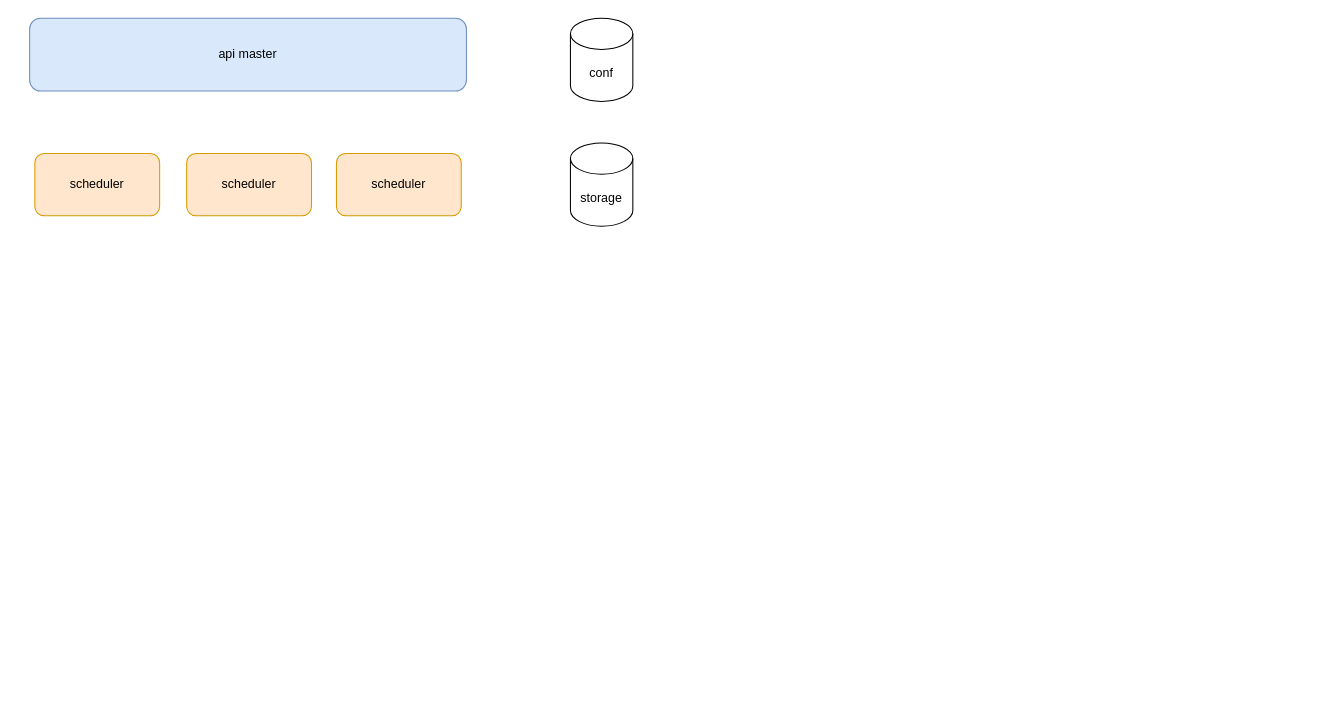
Earlier version of the draw.io diagram alubisi.drawio (mumodenan/draw.io). Source tidied: cells renumbered, new cells numbered last; positions are measured from the earlier drawing's top-left corner, leaving out a move shared by most shapes. Both pictures are drawn from the tidied source at 104%, with x=0, y=0 at pixel (29, 18).
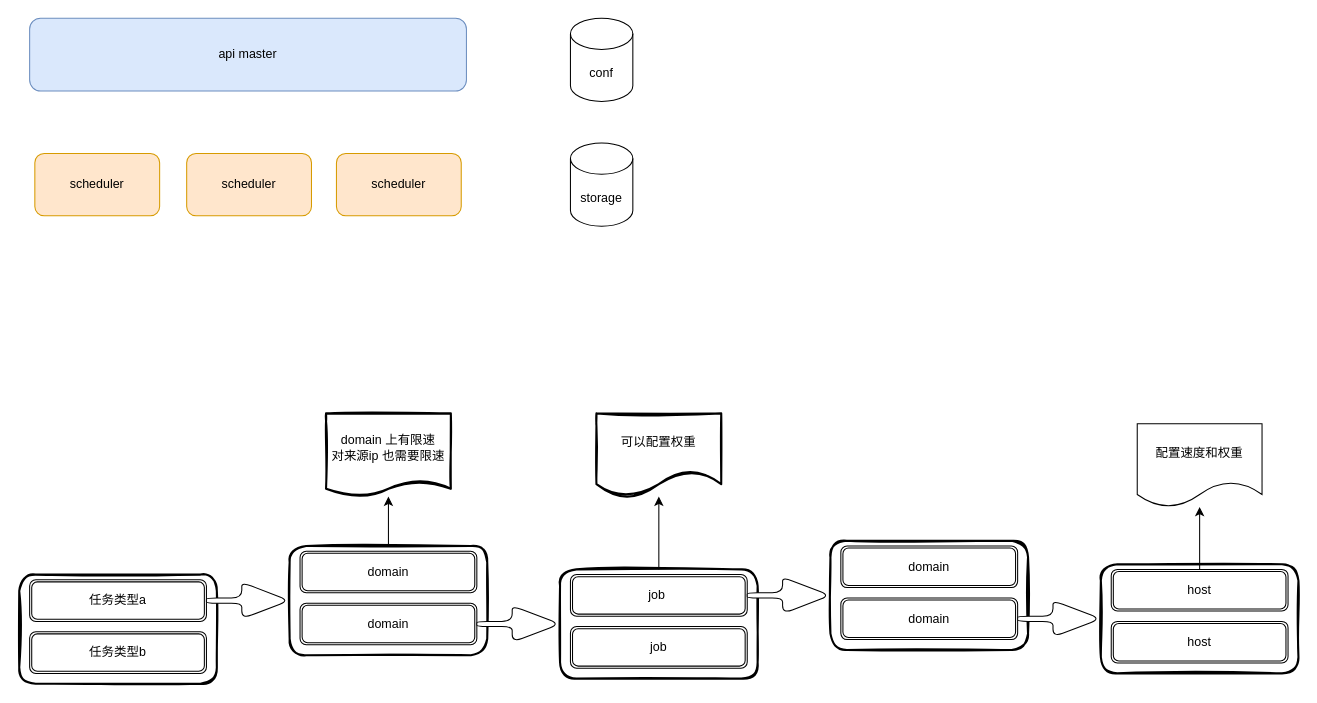
The same diagram, later.

The edit, as a diff of the source:
```diff
@@
+    <mxCell id="8" style="rounded=1;whiteSpace=wrap;html=1;strokeWidth=2;fillWeight=4;hachureGap=8;hachureAngle=45;fillColor=none;sketch=1;" parent="1" vertex="1">
+      <mxGeometry x="-10" y="535" width="190" height="105" as="geometry" />
+    </mxCell>
+    <mxCell id="9" value="任务类型a" style="shape=ext;double=1;rounded=1;whiteSpace=wrap;html=1;" parent="1" vertex="1">
+      <mxGeometry y="540" width="170" height="40" as="geometry" />
+    </mxCell>
+    <mxCell id="10" value="任务类型b" style="shape=ext;double=1;rounded=1;whiteSpace=wrap;html=1;" parent="1" vertex="1">
+      <mxGeometry y="590" width="170" height="40" as="geometry" />
+    </mxCell>
+    <mxCell id="11" style="shape=singleArrow;whiteSpace=wrap;html=1;arrowWidth=0.14285714285714285;arrowSize=0.575;rounded=1;" parent="1" vertex="1">
+      <mxGeometry x="170" y="542.5" width="80" height="35" as="geometry" />
+    </mxCell>
+    <mxCell id="12" style="edgeStyle=orthogonalEdgeStyle;rounded=0;jettySize=auto;html=1;" parent="1" edge="1" source="13" target="30">
+      <mxGeometry relative="1" as="geometry" />
+    </mxCell>
+    <mxCell id="13" style="rounded=1;whiteSpace=wrap;html=1;strokeWidth=2;fillWeight=4;hachureGap=8;hachureAngle=45;fillColor=none;sketch=1;" parent="1" vertex="1">
+      <mxGeometry x="250" y="507.5" width="190" height="105" as="geometry" />
+    </mxCell>
+    <mxCell id="14" value="domain" style="shape=ext;double=1;rounded=1;whiteSpace=wrap;html=1;" parent="1" vertex="1">
+      <mxGeometry x="260" y="512.5" width="170" height="40" as="geometry" />
+    </mxCell>
+    <mxCell id="15" value="domain" style="shape=ext;double=1;rounded=1;whiteSpace=wrap;html=1;" parent="1" vertex="1">
+      <mxGeometry x="260" y="562.5" width="170" height="40" as="geometry" />
+    </mxCell>
+    <mxCell id="16" style="shape=singleArrow;whiteSpace=wrap;html=1;arrowWidth=0.14285714285714285;arrowSize=0.575;rounded=1;" parent="1" vertex="1">
+      <mxGeometry x="430" y="565" width="80" height="35" as="geometry" />
+    </mxCell>
+    <mxCell id="17" style="edgeStyle=orthogonalEdgeStyle;rounded=0;jettySize=auto;html=1;" parent="1" edge="1" source="18" target="31">
+      <mxGeometry relative="1" as="geometry" />
+    </mxCell>
+    <mxCell id="18" style="rounded=1;whiteSpace=wrap;html=1;strokeWidth=2;fillWeight=4;hachureGap=8;hachureAngle=45;fillColor=none;sketch=1;" parent="1" vertex="1">
+      <mxGeometry x="510" y="530" width="190" height="105" as="geometry" />
+    </mxCell>
+    <mxCell id="19" value="job&amp;nbsp;" style="shape=ext;double=1;rounded=1;whiteSpace=wrap;html=1;" parent="1" vertex="1">
+      <mxGeometry x="520" y="535" width="170" height="40" as="geometry" />
+    </mxCell>
+    <mxCell id="20" value="job" style="shape=ext;double=1;rounded=1;whiteSpace=wrap;html=1;" parent="1" vertex="1">
+      <mxGeometry x="520" y="585" width="170" height="40" as="geometry" />
+    </mxCell>
+    <mxCell id="21" style="shape=singleArrow;whiteSpace=wrap;html=1;arrowWidth=0.14285714285714285;arrowSize=0.575;rounded=1;" parent="1" vertex="1">
+      <mxGeometry x="690" y="537.5" width="80" height="35" as="geometry" />
+    </mxCell>
+    <mxCell id="22" style="rounded=1;whiteSpace=wrap;html=1;strokeWidth=2;fillWeight=4;hachureGap=8;hachureAngle=45;fillColor=none;sketch=1;" parent="1" vertex="1">
+      <mxGeometry x="770" y="502.5" width="190" height="105" as="geometry" />
+    </mxCell>
+    <mxCell id="23" value="domain" style="shape=ext;double=1;rounded=1;whiteSpace=wrap;html=1;" parent="1" vertex="1">
+      <mxGeometry x="780" y="507.5" width="170" height="40" as="geometry" />
+    </mxCell>
+    <mxCell id="24" value="domain" style="shape=ext;double=1;rounded=1;whiteSpace=wrap;html=1;" parent="1" vertex="1">
+      <mxGeometry x="780" y="557.5" width="170" height="40" as="geometry" />
+    </mxCell>
+    <mxCell id="25" style="shape=singleArrow;whiteSpace=wrap;html=1;arrowWidth=0.14285714285714285;arrowSize=0.575;rounded=1;" parent="1" vertex="1">
+      <mxGeometry x="950" y="560" width="80" height="35" as="geometry" />
+    </mxCell>
+    <mxCell id="26" style="rounded=1;whiteSpace=wrap;html=1;strokeWidth=2;fillWeight=4;hachureGap=8;hachureAngle=45;fillColor=none;sketch=1;" parent="1" vertex="1">
+      <mxGeometry x="1030" y="525" width="190" height="105" as="geometry" />
+    </mxCell>
+    <mxCell id="27" style="edgeStyle=orthogonalEdgeStyle;rounded=0;jettySize=auto;html=1;" parent="1" edge="1" source="28" target="32">
+      <mxGeometry relative="1" as="geometry" />
+    </mxCell>
+    <mxCell id="28" value="host" style="shape=ext;double=1;rounded=1;whiteSpace=wrap;html=1;" parent="1" vertex="1">
+      <mxGeometry x="1040" y="530" width="170" height="40" as="geometry" />
+    </mxCell>
+    <mxCell id="29" value="host" style="shape=ext;double=1;rounded=1;whiteSpace=wrap;html=1;" parent="1" vertex="1">
+      <mxGeometry x="1040" y="580" width="170" height="40" as="geometry" />
+    </mxCell>
+    <mxCell id="30" value="domain 上有限速&lt;br&gt;对来源ip 也需要限速" style="shape=document;whiteSpace=wrap;html=1;boundedLbl=1;fillColor=none;rounded=1;strokeWidth=2;fillWeight=4;hachureGap=8;hachureAngle=45;sketch=1;size=0.1875;" parent="1" vertex="1">
+      <mxGeometry x="285" y="380" width="120" height="80" as="geometry" />
+    </mxCell>
+    <mxCell id="31" value="可以配置权重" style="shape=document;whiteSpace=wrap;html=1;boundedLbl=1;fillColor=none;rounded=1;strokeWidth=2;fillWeight=4;hachureGap=8;hachureAngle=45;sketch=1;" parent="1" vertex="1">
+      <mxGeometry x="545" y="380" width="120" height="80" as="geometry" />
+    </mxCell>
+    <mxCell id="32" value="配置速度和权重" style="shape=document;whiteSpace=wrap;html=1;boundedLbl=1;rounded=1;" parent="1" vertex="1">
+      <mxGeometry x="1065" y="390" width="120" height="80" as="geometry" />
+    </mxCell>
```
